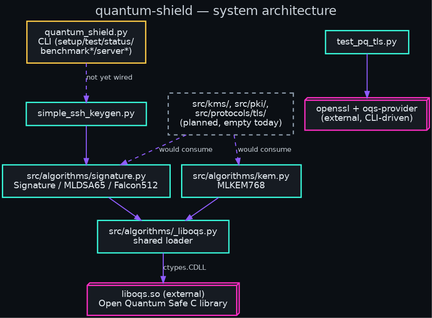
Above: diagrams/01-system-architecture.png in danindiana/quantum-shield (Graphviz), before the change. Its source is kept beside it as diagrams/01-system-architecture.dot. Source of this version:
```dot
digraph architecture {
  bgcolor="#0b0f14";
  rankdir=TB;
  fontname="Helvetica";
  fontcolor="#c9d1d9";
  labelloc="t";
  label="quantum-shield — system architecture";
  fontsize=20;
  node [style=filled, fillcolor="#161b22", color="#39ffe0", fontcolor="#e6edf3", fontname="Helvetica", penwidth=2, shape=box, margin="0.25,0.15"];
  edge [color="#8f5cff", fontcolor="#c9d1d9", fontname="Helvetica", penwidth=1.6, fontsize=11];

  cli [label="quantum_shield.py\nCLI (setup/test/status/\nbenchmark*/server*)", color="#ffcb47"];
  sshkeygen [label="simple_ssh_keygen.py"];
  tlstest [label="test_pq_tls.py"];
  kem [label="src/algorithms/kem.py\nMLKEM768", color="#39ffe0"];
  sig [label="src/algorithms/signature.py\nSignature / MLDSA65 / Falcon512", color="#39ffe0"];
  liboqs_helper [label="src/algorithms/_liboqs.py\nshared loader"];
  liboqs [label="liboqs.so (external)\nOpen Quantum Safe C library", color="#ff2ec4", shape=box3d];
  openssl [label="openssl + oqs-provider\n(external, CLI-driven)", color="#ff2ec4", shape=box3d];
  future [label="src/kms/, src/pki/,\nsrc/protocols/tls/\n(planned, empty today)", color="#8a99a8", style=dashed];

  cli -> sshkeygen [style=dashed, label="not yet wired"];
  sshkeygen -> sig;
  tlstest -> openssl;
  kem -> liboqs_helper;
  sig -> liboqs_helper;
  liboqs_helper -> liboqs [label="ctypes.CDLL"];
  future -> kem [style=dashed, label="would consume"];
  future -> sig [style=dashed, label="would consume"];
}
```
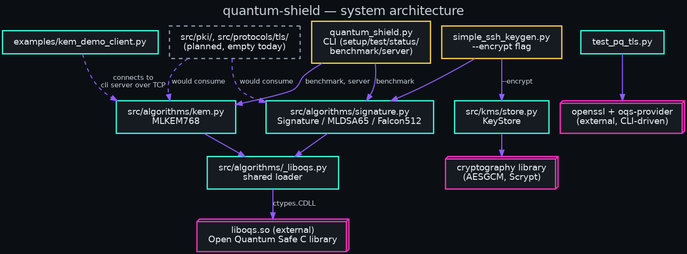
The same file after the commit.

Change to the diagram source:
```diff
@@ -9,18 +9,25 @@
   node [style=filled, fillcolor="#161b22", color="#39ffe0", fontcolor="#e6edf3", fontname="Helvetica", penwidth=2, shape=box, margin="0.25,0.15"];
   edge [color="#8f5cff", fontcolor="#c9d1d9", fontname="Helvetica", penwidth=1.6, fontsize=11];
 
-  cli [label="quantum_shield.py\nCLI (setup/test/status/\nbenchmark*/server*)", color="#ffcb47"];
-  sshkeygen [label="simple_ssh_keygen.py"];
+  cli [label="quantum_shield.py\nCLI (setup/test/status/\nbenchmark/server)", color="#ffcb47"];
+  sshkeygen [label="simple_ssh_keygen.py\n--encrypt flag", color="#ffcb47"];
   tlstest [label="test_pq_tls.py"];
+  democlient [label="examples/kem_demo_client.py"];
   kem [label="src/algorithms/kem.py\nMLKEM768", color="#39ffe0"];
   sig [label="src/algorithms/signature.py\nSignature / MLDSA65 / Falcon512", color="#39ffe0"];
+  kms [label="src/kms/store.py\nKeyStore", color="#39ffe0"];
   liboqs_helper [label="src/algorithms/_liboqs.py\nshared loader"];
   liboqs [label="liboqs.so (external)\nOpen Quantum Safe C library", color="#ff2ec4", shape=box3d];
   openssl [label="openssl + oqs-provider\n(external, CLI-driven)", color="#ff2ec4", shape=box3d];
-  future [label="src/kms/, src/pki/,\nsrc/protocols/tls/\n(planned, empty today)", color="#8a99a8", style=dashed];
+  crypto [label="cryptography library\n(AESGCM, Scrypt)", color="#ff2ec4", shape=box3d];
+  future [label="src/pki/, src/protocols/tls/\n(planned, empty today)", color="#8a99a8", style=dashed];
 
-  cli -> sshkeygen [style=dashed, label="not yet wired"];
+  cli -> kem [label="benchmark, server"];
+  cli -> sig [label="benchmark"];
+  democlient -> kem [label="connects to\ncli server over TCP", style=dashed];
   sshkeygen -> sig;
+  sshkeygen -> kms [label="--encrypt"];
+  kms -> crypto;
   tlstest -> openssl;
   kem -> liboqs_helper;
   sig -> liboqs_helper;
```
